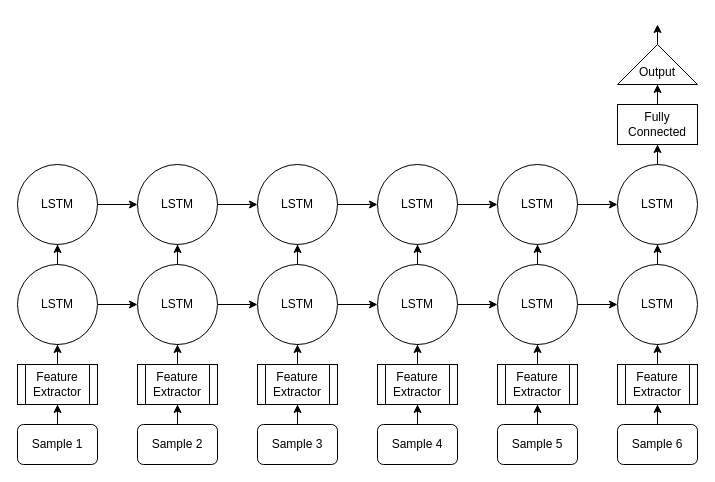
Before: docs/Model-Design/LSTM/resources/model_lstm_feature.drawio in sjawhar/no-wander, a draw.io diagram. Source tidied: cells renumbered, new cells numbered last; positions are measured from the earlier drawing's top-left corner, leaving out a move shared by most shapes. Both pictures are drawn from the tidied source at 100%, with x=0, y=0 at pixel (17, 24).
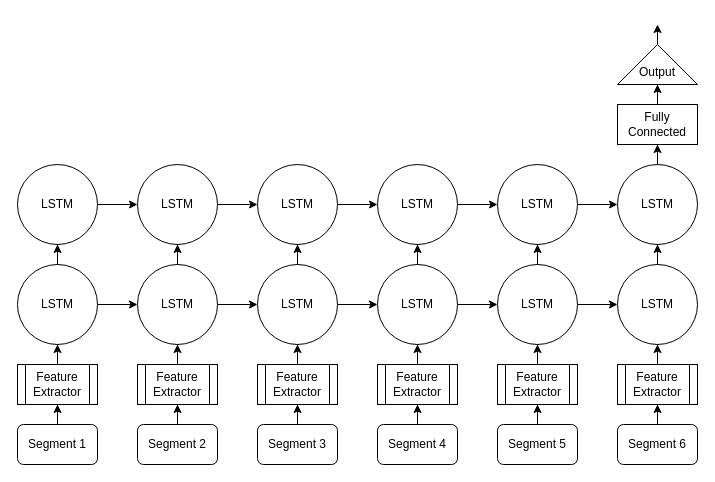
The same diagram, later.

Change to the diagram source:
```diff
@@
-    <mxCell id="3" value="Sample 1" style="rounded=1;whiteSpace=wrap;html=1;" parent="1" vertex="1">
+    <mxCell id="3" value="Segment&amp;nbsp;1" style="rounded=1;whiteSpace=wrap;html=1;" parent="1" vertex="1">
       <mxGeometry y="400" width="80" height="40" as="geometry" />
     </mxCell>
@@
-    <mxCell id="10" value="Sample 2" style="rounded=1;whiteSpace=wrap;html=1;" parent="1" vertex="1">
+    <mxCell id="10" value="Segment&amp;nbsp;2" style="rounded=1;whiteSpace=wrap;html=1;" parent="1" vertex="1">
       <mxGeometry x="120" y="400" width="80" height="40" as="geometry" />
     </mxCell>
@@
-    <mxCell id="17" value="Sample 3" style="rounded=1;whiteSpace=wrap;html=1;" parent="1" vertex="1">
+    <mxCell id="17" value="Segment&amp;nbsp;3" style="rounded=1;whiteSpace=wrap;html=1;" parent="1" vertex="1">
       <mxGeometry x="240" y="400" width="80" height="40" as="geometry" />
     </mxCell>
@@
-    <mxCell id="24" value="Sample 4" style="rounded=1;whiteSpace=wrap;html=1;" parent="1" vertex="1">
+    <mxCell id="24" value="Segment&amp;nbsp;4" style="rounded=1;whiteSpace=wrap;html=1;" parent="1" vertex="1">
       <mxGeometry x="360" y="400" width="80" height="40" as="geometry" />
     </mxCell>
@@
-    <mxCell id="31" value="Sample 5" style="rounded=1;whiteSpace=wrap;html=1;" parent="1" vertex="1">
+    <mxCell id="31" value="Segment&amp;nbsp;5" style="rounded=1;whiteSpace=wrap;html=1;" parent="1" vertex="1">
       <mxGeometry x="480" y="400" width="80" height="40" as="geometry" />
     </mxCell>
@@
-    <mxCell id="38" value="Sample 6" style="rounded=1;whiteSpace=wrap;html=1;" parent="1" vertex="1">
+    <mxCell id="38" value="Segment&amp;nbsp;6" style="rounded=1;whiteSpace=wrap;html=1;" parent="1" vertex="1">
       <mxGeometry x="600" y="400" width="80" height="40" as="geometry" />
     </mxCell>
```
